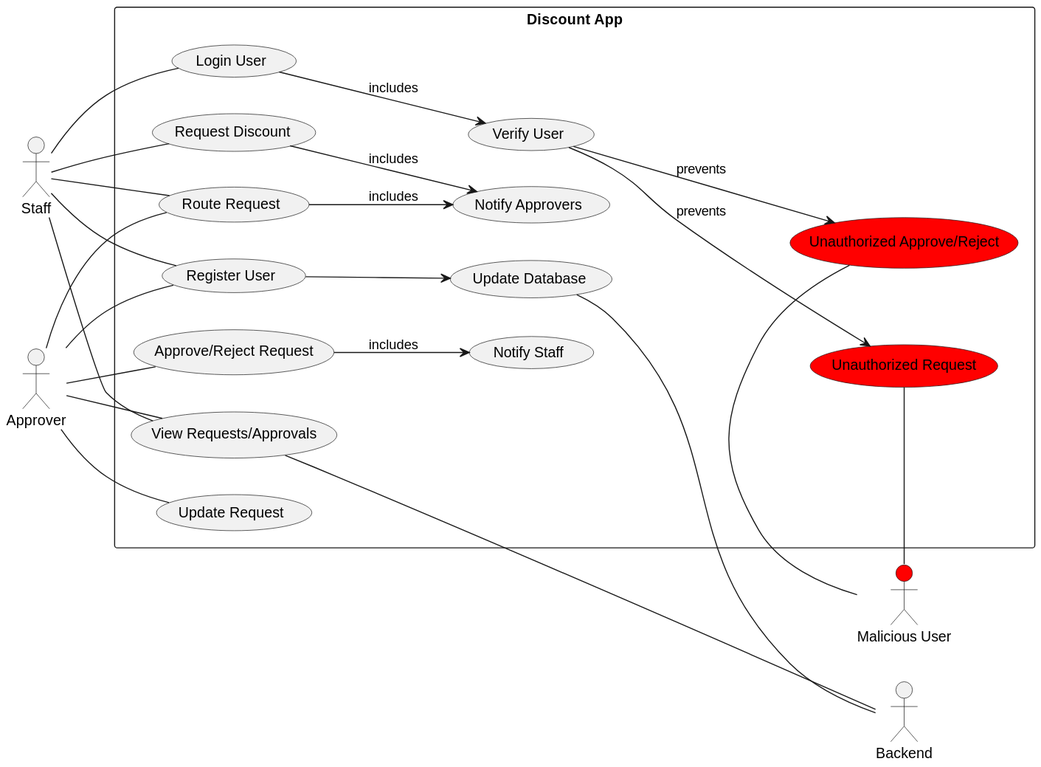
Above: img/Teams Bot Use Case Diagram.svg in Senrli/DCA-app (PlantUML), before the change.
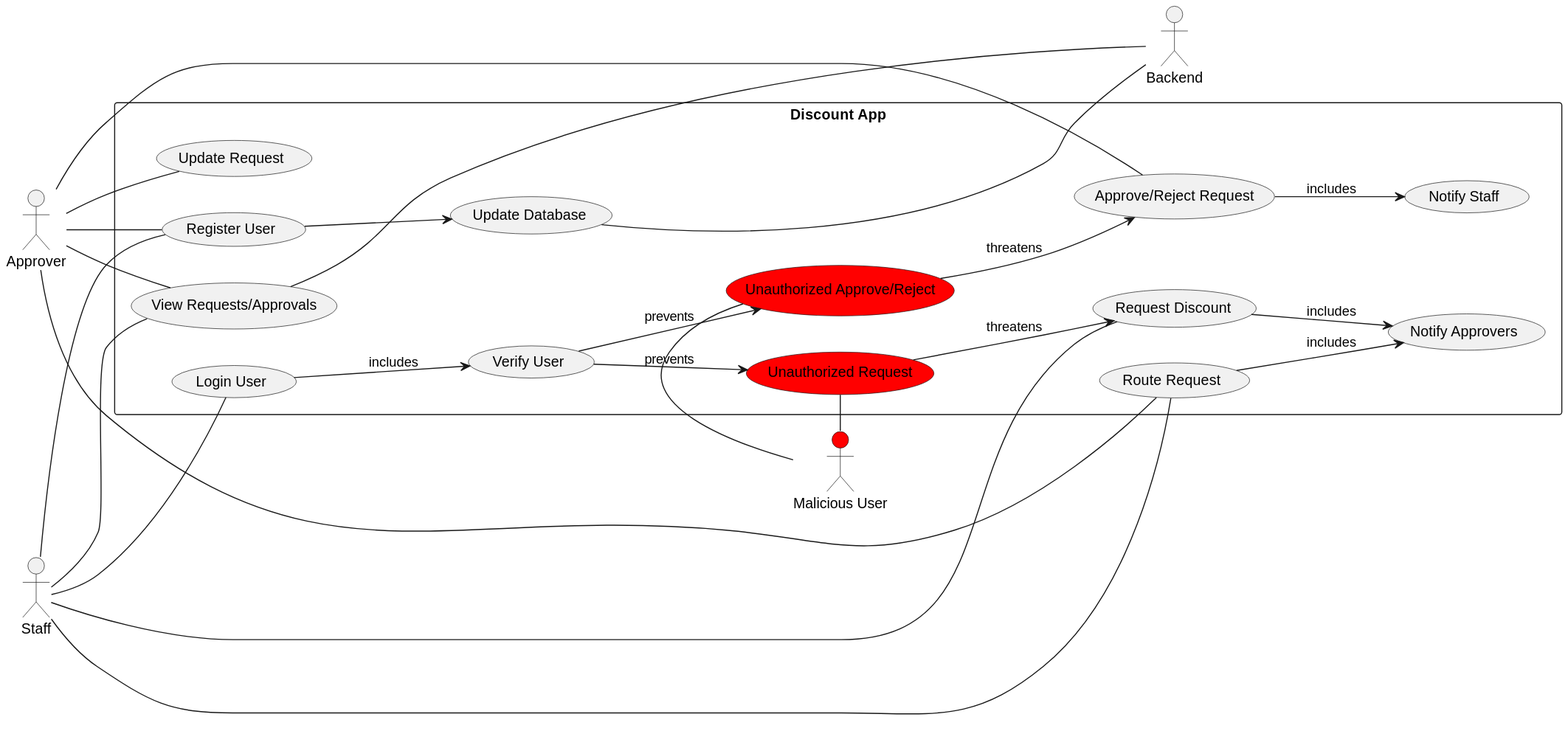
Above is the later version.

Diff of the diagram source:
```diff
@@ -25,8 +25,10 @@
 UC5 --> UC6: includes
 UC4 --> UC7: includes
 UC14 --> UC11: includes
-UC11 ---> UC12: prevents
-UC11 ---> UC13: prevents
+UC11 --> UC12: prevents
+UC11 --> UC13: prevents
+UC13 --> UC4: threatens
+UC12 --> UC1: threatens
 
 UC9 --> UC10
 
```
